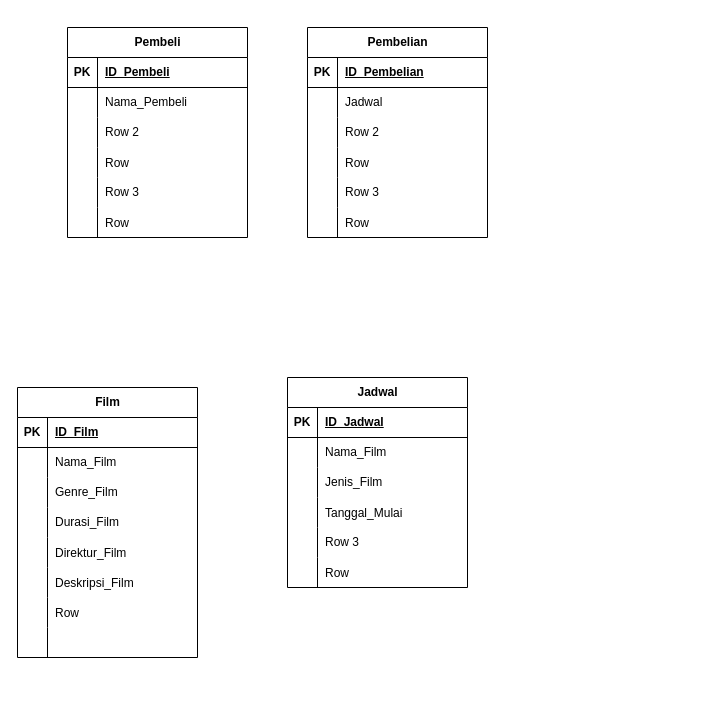
Before: page "Diagram-Utama" (1 of 2) of sistem-pembelian-tiket-retake.drawio in King-Ag-Jv/Project-Atrem, a draw.io diagram. Source tidied: cells renumbered, new cells numbered last; positions are measured from the earlier drawing's top-left corner, leaving out a move shared by most shapes. Both pictures are drawn from the tidied source at 100%, with x=0, y=0 at pixel (17, 27).
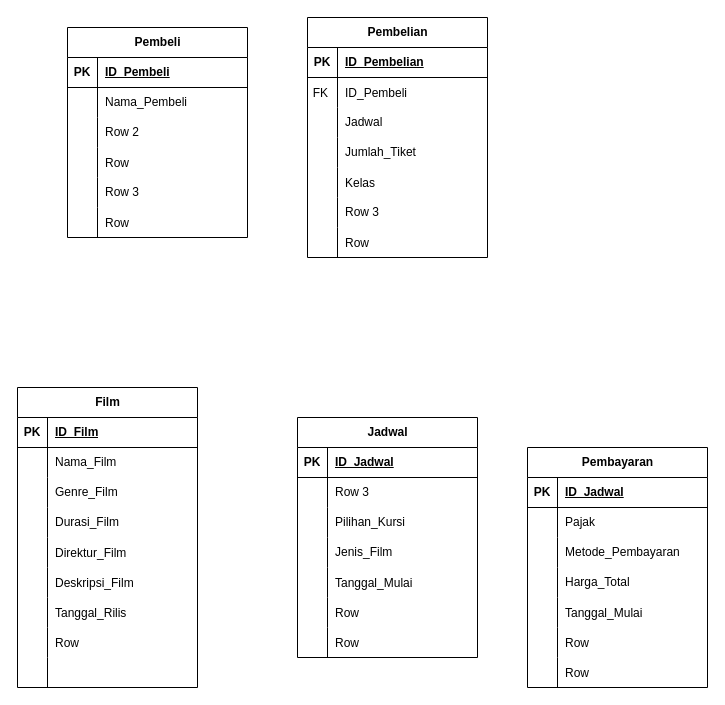
Above is the later version.

Unchanged cells that the change refers to:
```xml
<mxCell id="59" style="shape=tableRow;horizontal=0;startSize=0;swimlaneHead=0;swimlaneBody=0;fillColor=none;top=0;left=0;right=0;bottom=0;" parent="40" vertex="1">
  <mxGeometry y="210" width="180" height="30" as="geometry" />
</mxCell>
```

Change to the diagram source:
```diff
@@
     <mxCell id="21" value="Pembelian" style="shape=table;startSize=30;childLayout=tableLayout;rowLines=0;fontStyle=1;align=center;html=1;" parent="1" vertex="1">
-      <mxGeometry x="290" width="180" height="210" as="geometry" />
+      <mxGeometry x="290" y="-10" width="180" height="240" as="geometry" />
     </mxCell>
@@
+    <mxCell id="84" style="shape=tableRow;horizontal=0;startSize=0;swimlaneHead=0;swimlaneBody=0;fillColor=none;top=0;left=0;right=0;bottom=0;" parent="21" vertex="1">
+      <mxGeometry y="60" width="180" height="30" as="geometry" />
+    </mxCell>
+    <mxCell id="85" value="FK " style="shape=partialRectangle;fillColor=none;top=0;left=0;bottom=0;right=0;overflow=hidden;" parent="84" vertex="1">
+      <mxGeometry width="30" height="30" as="geometry" />
+    </mxCell>
+    <mxCell id="86" value="ID_Pembeli" style="shape=partialRectangle;fillColor=none;top=0;left=0;bottom=0;right=0;align=left;spacingLeft=6;overflow=hidden;" parent="84" vertex="1">
+      <mxGeometry x="30" width="150" height="30" as="geometry" />
+    </mxCell>
     <mxCell id="25" style="shape=tableRow;horizontal=0;startSize=0;swimlaneHead=0;swimlaneBody=0;fillColor=none;top=0;left=0;right=0;bottom=0;" parent="21" vertex="1">
-      <mxGeometry y="60" width="180" height="30" as="geometry" />
+      <mxGeometry y="90" width="180" height="30" as="geometry" />
     </mxCell>
@@
     <mxCell id="28" style="shape=tableRow;horizontal=0;startSize=0;swimlaneHead=0;swimlaneBody=0;fillColor=none;top=0;left=0;right=0;bottom=0;" parent="21" vertex="1">
-      <mxGeometry y="90" width="180" height="30" as="geometry" />
+      <mxGeometry y="120" width="180" height="30" as="geometry" />
     </mxCell>
@@
-    <mxCell id="30" value="Row 2" style="shape=partialRectangle;fillColor=none;top=0;left=0;bottom=0;right=0;align=left;spacingLeft=6;overflow=hidden;whiteSpace=wrap;html=1;" parent="28" vertex="1">
+    <mxCell id="30" value="Jumlah_Tiket" style="shape=partialRectangle;fillColor=none;top=0;left=0;bottom=0;right=0;align=left;spacingLeft=6;overflow=hidden;whiteSpace=wrap;html=1;" parent="28" vertex="1">
       <mxGeometry x="30" width="150" height="30" as="geometry" />
     </mxCell>
     <mxCell id="31" style="shape=tableRow;horizontal=0;startSize=0;swimlaneHead=0;swimlaneBody=0;fillColor=none;top=0;left=0;right=0;bottom=0;" parent="21" vertex="1">
-      <mxGeometry y="120" width="180" height="30" as="geometry" />
+      <mxGeometry y="150" width="180" height="30" as="geometry" />
     </mxCell>
@@
-    <mxCell id="33" value="Row" style="shape=partialRectangle;fillColor=none;top=0;left=0;bottom=0;right=0;align=left;spacingLeft=6;overflow=hidden;" parent="31" vertex="1">
+    <mxCell id="33" value="Kelas" style="shape=partialRectangle;fillColor=none;top=0;left=0;bottom=0;right=0;align=left;spacingLeft=6;overflow=hidden;" parent="31" vertex="1">
       <mxGeometry x="30" width="150" height="30" as="geometry" />
     </mxCell>
     <mxCell id="34" style="shape=tableRow;horizontal=0;startSize=0;swimlaneHead=0;swimlaneBody=0;fillColor=none;top=0;left=0;right=0;bottom=0;" parent="21" vertex="1">
-      <mxGeometry y="150" width="180" height="30" as="geometry" />
+      <mxGeometry y="180" width="180" height="30" as="geometry" />
     </mxCell>
@@
     <mxCell id="37" style="shape=tableRow;horizontal=0;startSize=0;swimlaneHead=0;swimlaneBody=0;fillColor=none;top=0;left=0;right=0;bottom=0;" parent="21" vertex="1">
-      <mxGeometry y="180" width="180" height="30" as="geometry" />
+      <mxGeometry y="210" width="180" height="30" as="geometry" />
     </mxCell>
@@
     <mxCell id="40" value="Film" style="shape=table;startSize=30;childLayout=tableLayout;rowLines=0;fontStyle=1;align=center;html=1;" parent="1" vertex="1">
-      <mxGeometry y="360" width="180" height="270" as="geometry" />
+      <mxGeometry y="360" width="180" height="300" as="geometry" />
     </mxCell>
@@
-    <mxCell id="61" value="Row" style="shape=partialRectangle;fillColor=none;top=0;left=0;bottom=0;right=0;align=left;spacingLeft=6;overflow=hidden;" parent="59" vertex="1">
+    <mxCell id="61" value="Tanggal_Rilis" style="shape=partialRectangle;fillColor=none;top=0;left=0;bottom=0;right=0;align=left;spacingLeft=6;overflow=hidden;" parent="59" vertex="1">
       <mxGeometry x="30" width="150" height="30" as="geometry" />
     </mxCell>
+    <mxCell id="87" style="shape=tableRow;horizontal=0;startSize=0;swimlaneHead=0;swimlaneBody=0;fillColor=none;top=0;left=0;right=0;bottom=0;" parent="40" vertex="1">
+      <mxGeometry y="240" width="180" height="30" as="geometry" />
+    </mxCell>
+    <mxCell id="88" style="shape=partialRectangle;fillColor=none;top=0;left=0;bottom=0;right=0;overflow=hidden;" parent="87" vertex="1">
+      <mxGeometry width="30" height="30" as="geometry" />
+    </mxCell>
+    <mxCell id="89" value="Row" style="shape=partialRectangle;fillColor=none;top=0;left=0;bottom=0;right=0;align=left;spacingLeft=6;overflow=hidden;" parent="87" vertex="1">
+      <mxGeometry x="30" width="150" height="30" as="geometry" />
+    </mxCell>
     <mxCell id="62" style="shape=tableRow;horizontal=0;startSize=0;swimlaneHead=0;swimlaneBody=0;fillColor=none;top=0;left=0;right=0;bottom=0;" parent="40" vertex="1">
-      <mxGeometry y="240" width="180" height="30" as="geometry" />
+      <mxGeometry y="270" width="180" height="30" as="geometry" />
     </mxCell>
@@
     <mxCell id="65" value="Jadwal" style="shape=table;startSize=30;childLayout=tableLayout;rowLines=0;fontStyle=1;align=center;html=1;" parent="1" vertex="1">
-      <mxGeometry x="270" y="350" width="180" height="210" as="geometry" />
+      <mxGeometry x="280" y="390" width="180" height="240" as="geometry" />
     </mxCell>
@@
+    <mxCell id="78" style="shape=tableRow;horizontal=0;startSize=0;swimlaneHead=0;swimlaneBody=0;fillColor=none;top=0;left=0;right=0;bottom=0;" parent="65" vertex="1">
+      <mxGeometry y="60" width="180" height="30" as="geometry" />
+    </mxCell>
+    <mxCell id="79" style="shape=partialRectangle;fillColor=none;top=0;left=0;bottom=0;right=0;overflow=hidden;whiteSpace=wrap;html=1;" parent="78" vertex="1">
+      <mxGeometry width="30" height="30" as="geometry" />
+    </mxCell>
+    <mxCell id="80" value="Row 3" style="shape=partialRectangle;fillColor=none;top=0;left=0;bottom=0;right=0;align=left;spacingLeft=6;overflow=hidden;whiteSpace=wrap;html=1;" parent="78" vertex="1">
+      <mxGeometry x="30" width="150" height="30" as="geometry" />
+    </mxCell>
     <mxCell id="69" style="shape=tableRow;horizontal=0;startSize=0;swimlaneHead=0;swimlaneBody=0;fillColor=none;top=0;left=0;right=0;bottom=0;" parent="65" vertex="1">
-      <mxGeometry y="60" width="180" height="30" as="geometry" />
+      <mxGeometry y="90" width="180" height="30" as="geometry" />
     </mxCell>
@@
-    <mxCell id="71" value="Nama_Film" style="shape=partialRectangle;fillColor=none;top=0;left=0;bottom=0;right=0;align=left;spacingLeft=6;overflow=hidden;whiteSpace=wrap;html=1;" parent="69" vertex="1">
+    <mxCell id="71" value="Pilihan_Kursi" style="shape=partialRectangle;fillColor=none;top=0;left=0;bottom=0;right=0;align=left;spacingLeft=6;overflow=hidden;whiteSpace=wrap;html=1;" parent="69" vertex="1">
       <mxGeometry x="30" width="150" height="30" as="geometry" />
     </mxCell>
     <mxCell id="72" style="shape=tableRow;horizontal=0;startSize=0;swimlaneHead=0;swimlaneBody=0;fillColor=none;top=0;left=0;right=0;bottom=0;" parent="65" vertex="1">
-      <mxGeometry y="90" width="180" height="30" as="geometry" />
+      <mxGeometry y="120" width="180" height="30" as="geometry" />
     </mxCell>
@@
     <mxCell id="75" style="shape=tableRow;horizontal=0;startSize=0;swimlaneHead=0;swimlaneBody=0;fillColor=none;top=0;left=0;right=0;bottom=0;" parent="65" vertex="1">
-      <mxGeometry y="120" width="180" height="30" as="geometry" />
+      <mxGeometry y="150" width="180" height="30" as="geometry" />
     </mxCell>
@@
-    <mxCell id="78" style="shape=tableRow;horizontal=0;startSize=0;swimlaneHead=0;swimlaneBody=0;fillColor=none;top=0;left=0;right=0;bottom=0;" parent="65" vertex="1">
-      <mxGeometry y="150" width="180" height="30" as="geometry" />
-    </mxCell>
-    <mxCell id="79" style="shape=partialRectangle;fillColor=none;top=0;left=0;bottom=0;right=0;overflow=hidden;whiteSpace=wrap;html=1;" parent="78" vertex="1">
-      <mxGeometry width="30" height="30" as="geometry" />
-    </mxCell>
-    <mxCell id="80" value="Row 3" style="shape=partialRectangle;fillColor=none;top=0;left=0;bottom=0;right=0;align=left;spacingLeft=6;overflow=hidden;whiteSpace=wrap;html=1;" parent="78" vertex="1">
-      <mxGeometry x="30" width="150" height="30" as="geometry" />
-    </mxCell>
@@
+    <mxCell id="90" style="shape=tableRow;horizontal=0;startSize=0;swimlaneHead=0;swimlaneBody=0;fillColor=none;top=0;left=0;right=0;bottom=0;" parent="65" vertex="1">
+      <mxGeometry y="210" width="180" height="30" as="geometry" />
+    </mxCell>
+    <mxCell id="91" style="shape=partialRectangle;fillColor=none;top=0;left=0;bottom=0;right=0;overflow=hidden;" parent="90" vertex="1">
+      <mxGeometry width="30" height="30" as="geometry" />
+    </mxCell>
+    <mxCell id="92" value="Row" style="shape=partialRectangle;fillColor=none;top=0;left=0;bottom=0;right=0;align=left;spacingLeft=6;overflow=hidden;" parent="90" vertex="1">
+      <mxGeometry x="30" width="150" height="30" as="geometry" />
+    </mxCell>
+    <mxCell id="93" value="Pembayaran" style="shape=table;startSize=30;childLayout=tableLayout;rowLines=0;fontStyle=1;align=center;html=1;" parent="1" vertex="1">
+      <mxGeometry x="510" y="420" width="180" height="240" as="geometry" />
+    </mxCell>
+    <mxCell id="94" style="shape=tableRow;horizontal=0;startSize=0;swimlaneHead=0;swimlaneBody=0;fillColor=none;top=0;left=0;right=0;bottom=1;" parent="93" vertex="1">
+      <mxGeometry y="30" width="180" height="30" as="geometry" />
+    </mxCell>
+    <mxCell id="95" value="PK" style="shape=partialRectangle;fillColor=none;top=0;left=0;bottom=0;right=0;fontStyle=1;overflow=hidden;whiteSpace=wrap;html=1;" parent="94" vertex="1">
+      <mxGeometry width="30" height="30" as="geometry" />
+    </mxCell>
+    <mxCell id="96" value="ID_Jadwal" style="shape=partialRectangle;fillColor=none;top=0;left=0;bottom=0;right=0;align=left;spacingLeft=6;fontStyle=5;overflow=hidden;whiteSpace=wrap;html=1;" parent="94" vertex="1">
+      <mxGeometry x="30" width="150" height="30" as="geometry" />
+    </mxCell>
+    <mxCell id="97" style="shape=tableRow;horizontal=0;startSize=0;swimlaneHead=0;swimlaneBody=0;fillColor=none;top=0;left=0;right=0;bottom=0;" parent="93" vertex="1">
+      <mxGeometry y="60" width="180" height="30" as="geometry" />
+    </mxCell>
+    <mxCell id="98" style="shape=partialRectangle;fillColor=none;top=0;left=0;bottom=0;right=0;overflow=hidden;whiteSpace=wrap;html=1;" parent="97" vertex="1">
+      <mxGeometry width="30" height="30" as="geometry" />
+    </mxCell>
+    <mxCell id="99" value="Pajak" style="shape=partialRectangle;fillColor=none;top=0;left=0;bottom=0;right=0;align=left;spacingLeft=6;overflow=hidden;whiteSpace=wrap;html=1;" parent="97" vertex="1">
+      <mxGeometry x="30" width="150" height="30" as="geometry" />
+    </mxCell>
+    <mxCell id="100" style="shape=tableRow;horizontal=0;startSize=0;swimlaneHead=0;swimlaneBody=0;fillColor=none;top=0;left=0;right=0;bottom=0;" parent="93" vertex="1">
+      <mxGeometry y="90" width="180" height="30" as="geometry" />
+    </mxCell>
+    <mxCell id="101" style="shape=partialRectangle;fillColor=none;top=0;left=0;bottom=0;right=0;overflow=hidden;whiteSpace=wrap;html=1;" parent="100" vertex="1">
+      <mxGeometry width="30" height="30" as="geometry" />
+    </mxCell>
+    <mxCell id="102" value="Metode_Pembayaran" style="shape=partialRectangle;fillColor=none;top=0;left=0;bottom=0;right=0;align=left;spacingLeft=6;overflow=hidden;whiteSpace=wrap;html=1;" parent="100" vertex="1">
+      <mxGeometry x="30" width="150" height="30" as="geometry" />
+    </mxCell>
+    <mxCell id="103" style="shape=tableRow;horizontal=0;startSize=0;swimlaneHead=0;swimlaneBody=0;fillColor=none;top=0;left=0;right=0;bottom=0;" parent="93" vertex="1">
+      <mxGeometry y="120" width="180" height="30" as="geometry" />
+    </mxCell>
+    <mxCell id="104" style="shape=partialRectangle;fillColor=none;top=0;left=0;bottom=0;right=0;overflow=hidden;whiteSpace=wrap;html=1;" parent="103" vertex="1">
+      <mxGeometry width="30" height="30" as="geometry" />
+    </mxCell>
+    <mxCell id="105" value="Harga_Total" style="shape=partialRectangle;fillColor=none;top=0;left=0;bottom=0;right=0;align=left;spacingLeft=6;overflow=hidden;whiteSpace=wrap;html=1;" parent="103" vertex="1">
+      <mxGeometry x="30" width="150" height="30" as="geometry" />
+    </mxCell>
+    <mxCell id="106" style="shape=tableRow;horizontal=0;startSize=0;swimlaneHead=0;swimlaneBody=0;fillColor=none;top=0;left=0;right=0;bottom=0;" parent="93" vertex="1">
+      <mxGeometry y="150" width="180" height="30" as="geometry" />
+    </mxCell>
+    <mxCell id="107" style="shape=partialRectangle;fillColor=none;top=0;left=0;bottom=0;right=0;overflow=hidden;" parent="106" vertex="1">
+      <mxGeometry width="30" height="30" as="geometry" />
+    </mxCell>
+    <mxCell id="108" value="Tanggal_Mulai" style="shape=partialRectangle;fillColor=none;top=0;left=0;bottom=0;right=0;align=left;spacingLeft=6;overflow=hidden;" parent="106" vertex="1">
+      <mxGeometry x="30" width="150" height="30" as="geometry" />
+    </mxCell>
+    <mxCell id="109" style="shape=tableRow;horizontal=0;startSize=0;swimlaneHead=0;swimlaneBody=0;fillColor=none;top=0;left=0;right=0;bottom=0;" parent="93" vertex="1">
+      <mxGeometry y="180" width="180" height="30" as="geometry" />
+    </mxCell>
+    <mxCell id="110" style="shape=partialRectangle;fillColor=none;top=0;left=0;bottom=0;right=0;overflow=hidden;" parent="109" vertex="1">
+      <mxGeometry width="30" height="30" as="geometry" />
+    </mxCell>
+    <mxCell id="111" value="Row" style="shape=partialRectangle;fillColor=none;top=0;left=0;bottom=0;right=0;align=left;spacingLeft=6;overflow=hidden;" parent="109" vertex="1">
+      <mxGeometry x="30" width="150" height="30" as="geometry" />
+    </mxCell>
+    <mxCell id="112" style="shape=tableRow;horizontal=0;startSize=0;swimlaneHead=0;swimlaneBody=0;fillColor=none;top=0;left=0;right=0;bottom=0;" parent="93" vertex="1">
+      <mxGeometry y="210" width="180" height="30" as="geometry" />
+    </mxCell>
+    <mxCell id="113" style="shape=partialRectangle;fillColor=none;top=0;left=0;bottom=0;right=0;overflow=hidden;" parent="112" vertex="1">
+      <mxGeometry width="30" height="30" as="geometry" />
+    </mxCell>
+    <mxCell id="114" value="Row" style="shape=partialRectangle;fillColor=none;top=0;left=0;bottom=0;right=0;align=left;spacingLeft=6;overflow=hidden;" parent="112" vertex="1">
+      <mxGeometry x="30" width="150" height="30" as="geometry" />
+    </mxCell>
```
